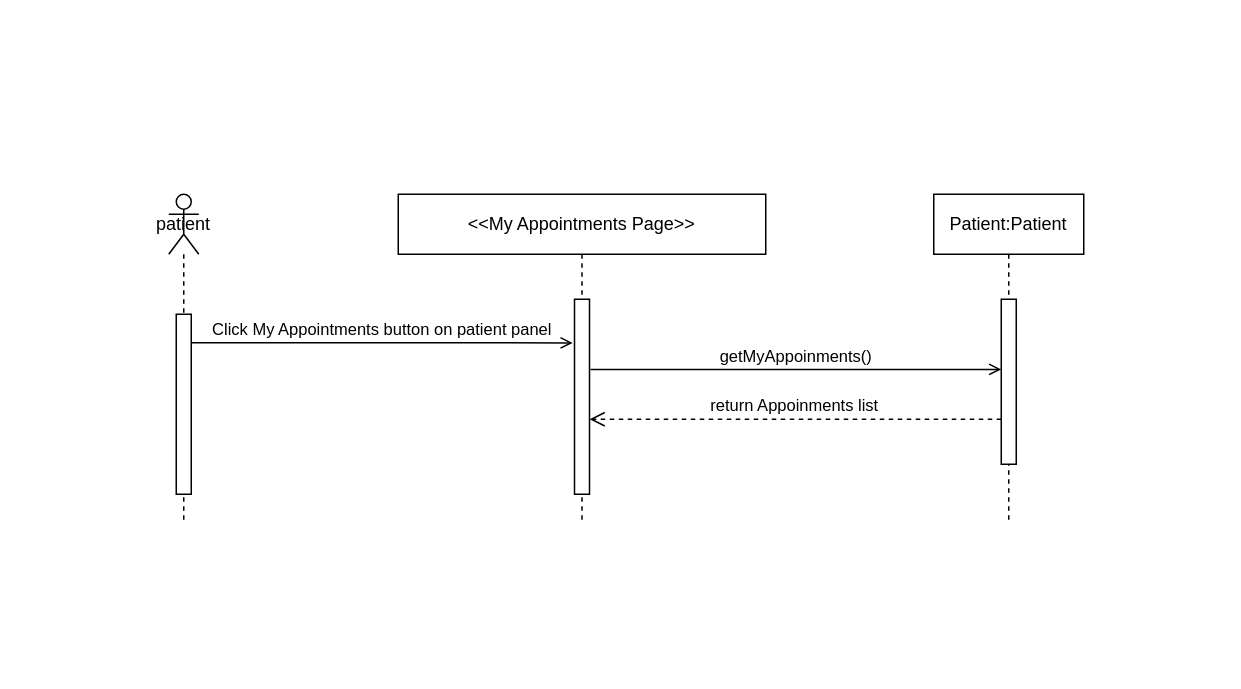
ArashSameni/SoftwareEngineering keeps this draw.io diagram as page "show_Appoinment" (4 of 32) of SequenceDiagram.drawio. Above is the earlier version. Source tidied: cells renumbered, new cells numbered last; positions are measured from the earlier drawing's top-left corner, leaving out a move shared by most shapes. Both pictures are drawn from the tidied source at 150%, with x=0, y=0 at pixel (168, 194).
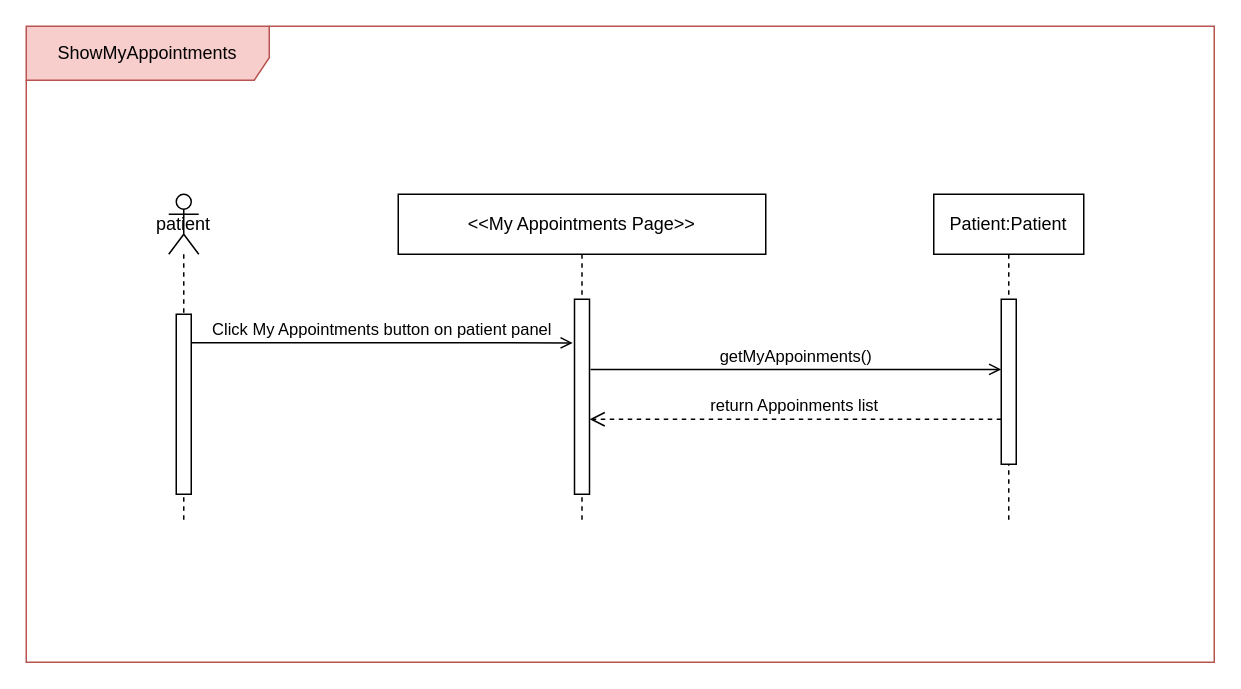
The same diagram, later.

Diff of the diagram source:
```diff
@@
 <mxGraphModel>
   <root>
     <mxCell id="0" />
     <mxCell id="1" parent="0" />
     <mxCell id="2" value="patient" style="shape=umlLifeline;perimeter=lifelinePerimeter;whiteSpace=wrap;html=1;newEdgeStyle={&quot;curved&quot;:0,&quot;rounded&quot;:0};participant=umlActor;" parent="1" vertex="1">
       <mxGeometry width="20" height="220" as="geometry" />
     </mxCell>
     <mxCell id="3" style="html=1;points=[[0,0,0,0,5],[0,1,0,0,-5],[1,0,0,0,5],[1,1,0,0,-5]];perimeter=orthogonalPerimeter;outlineConnect=0;targetShapes=umlLifeline;portConstraint=eastwest;newEdgeStyle={&quot;curved&quot;:0,&quot;rounded&quot;:0};" parent="2" vertex="1">
       <mxGeometry x="5" y="80" width="10" height="120" as="geometry" />
     </mxCell>
     <mxCell id="4" value="Patient:Patient" style="shape=umlLifeline;perimeter=lifelinePerimeter;whiteSpace=wrap;html=1;newEdgeStyle={&quot;edgeStyle&quot;:&quot;elbowEdgeStyle&quot;,&quot;elbow&quot;:&quot;vertical&quot;,&quot;curved&quot;:0,&quot;rounded&quot;:0};" parent="1" vertex="1">
       <mxGeometry x="510" width="100" height="220" as="geometry" />
     </mxCell>
     <mxCell id="5" style="html=1;points=[];perimeter=orthogonalPerimeter;outlineConnect=0;targetShapes=umlLifeline;portConstraint=eastwest;newEdgeStyle={&quot;edgeStyle&quot;:&quot;elbowEdgeStyle&quot;,&quot;elbow&quot;:&quot;vertical&quot;,&quot;curved&quot;:0,&quot;rounded&quot;:0};" parent="4" vertex="1">
       <mxGeometry x="45" y="70" width="10" height="110" as="geometry" />
     </mxCell>
     <mxCell id="6" value="&amp;lt;&amp;lt;My Appointments Page&amp;gt;&amp;gt;" style="shape=umlLifeline;perimeter=lifelinePerimeter;whiteSpace=wrap;html=1;" parent="1" vertex="1">
       <mxGeometry x="153" width="245" height="220" as="geometry" />
     </mxCell>
     <mxCell id="7" style="html=1;points=[];perimeter=orthogonalPerimeter;" parent="6" vertex="1">
       <mxGeometry x="117.5" y="70" width="10" height="130" as="geometry" />
     </mxCell>
     <mxCell id="8" value="Click My Appointments button on patient panel" style="html=1;verticalAlign=bottom;endArrow=open;endFill=0;entryX=-0.123;entryY=0.224;entryDx=0;entryDy=0;entryPerimeter=0;" parent="1" edge="1" source="3" target="7">
       <mxGeometry relative="1" as="geometry">
         <Array as="points">
           <mxPoint x="56" y="99" />
           <mxPoint x="186" y="99" />
         </Array>
       </mxGeometry>
     </mxCell>
     <mxCell id="9" value="getMyAppoinments()" style="html=1;verticalAlign=bottom;endArrow=open;endFill=0;exitX=1.069;exitY=0.36;exitDx=0;exitDy=0;exitPerimeter=0;" parent="1" edge="1" source="7" target="5">
       <mxGeometry relative="1" as="geometry" />
     </mxCell>
     <mxCell id="10" value="return Appoinments list" style="html=1;verticalAlign=bottom;endArrow=open;dashed=1;endSize=8;edgeStyle=elbowEdgeStyle;elbow=vertical;curved=0;rounded=0;entryX=1.008;entryY=0.609;entryDx=0;entryDy=0;entryPerimeter=0;" parent="1" edge="1" source="5" target="7">
       <mxGeometry relative="1" as="geometry">
         <Array as="points">
           <mxPoint x="380.5" y="150" />
         </Array>
       </mxGeometry>
     </mxCell>
+    <mxCell id="11" value="ShowMyAppointments" style="shape=umlFrame;whiteSpace=wrap;html=1;width=162;height=36;fillColor=#f8cecc;strokeColor=#b85450;" parent="1" vertex="1">
+      <mxGeometry x="-95" y="-112" width="792" height="424" as="geometry" />
+    </mxCell>
   </root>
 </mxGraphModel>
```
